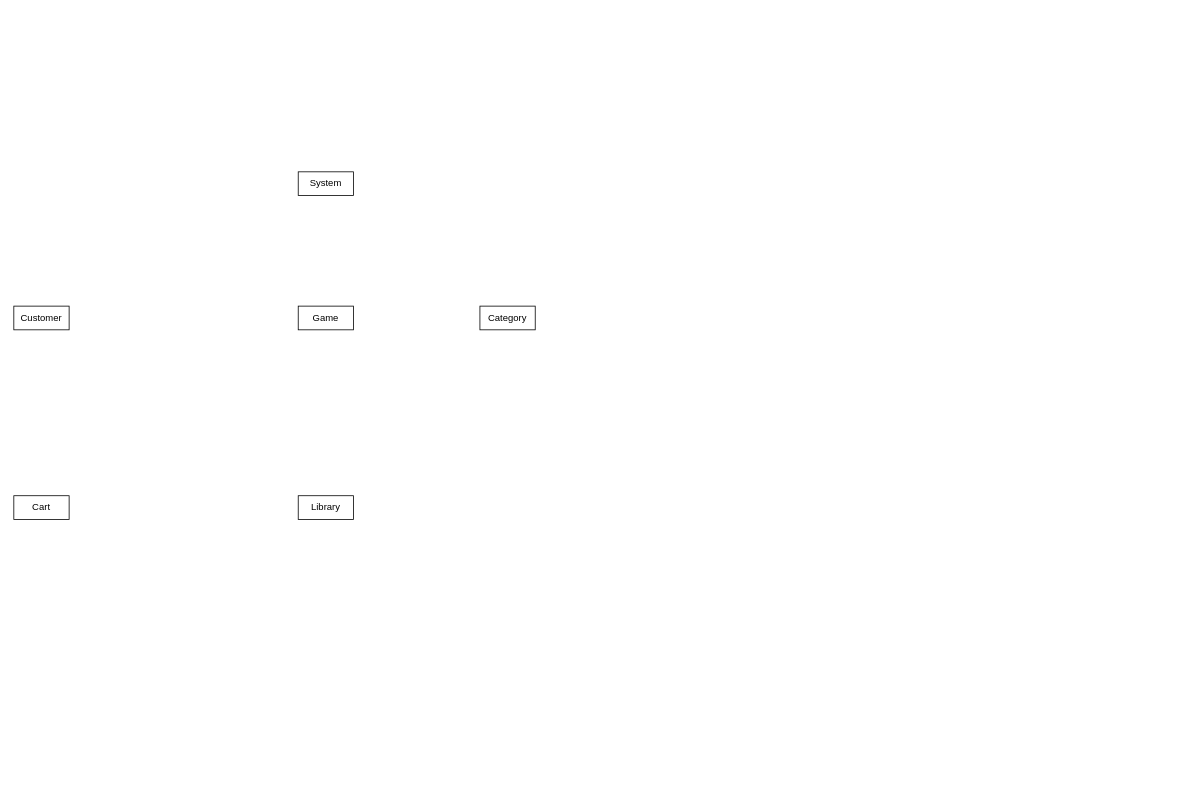
Before: Biểu đồ không có tiêu đề.drawio in NbDev82/game-store-app, a draw.io diagram. Source tidied: cells renumbered, new cells numbered last; positions are measured from the earlier drawing's top-left corner, leaving out a move shared by most shapes. Both pictures are drawn from the tidied source at 79%, with x=0, y=0 at pixel (13, 171).
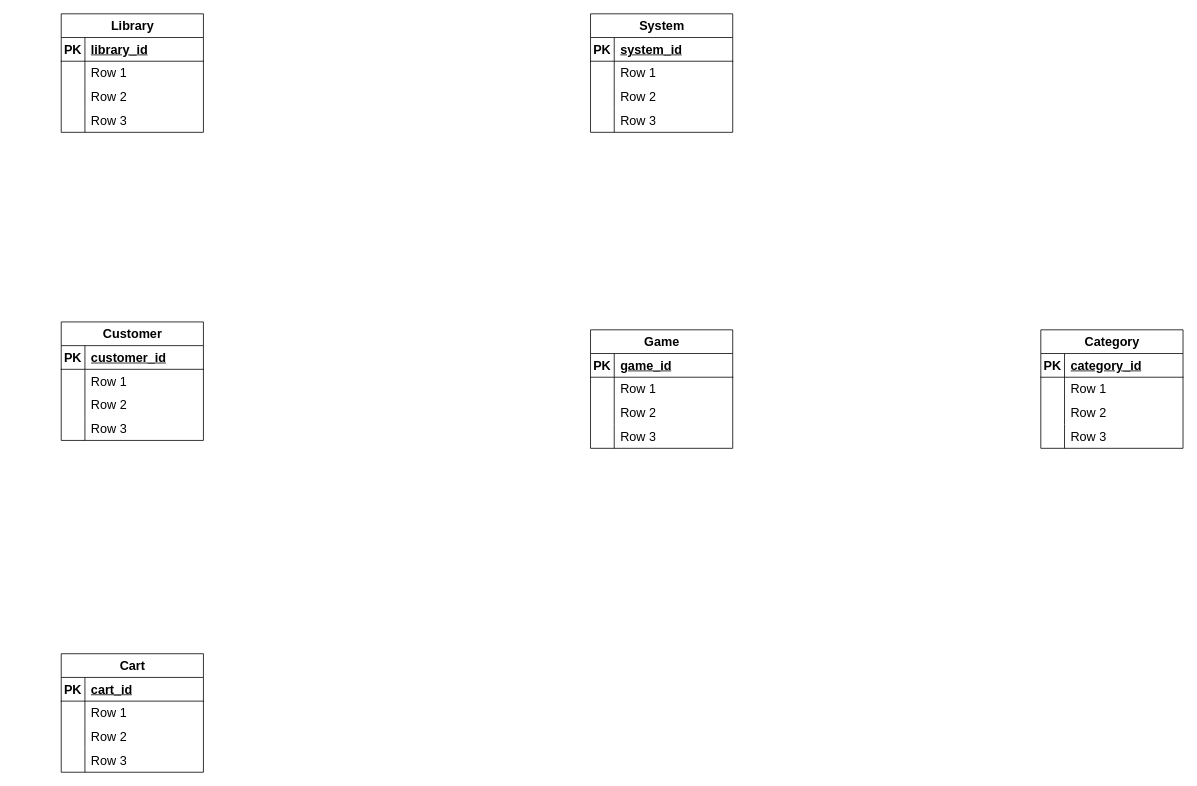
The same diagram, later.

Commit message:
Cập nhật Biểu đồ không có tiêu đề.drawio

The edit, as a diff of the source:
```diff
@@
+    <mxCell id="3" value="Customer" style="shape=table;startSize=30;childLayout=tableLayout;rowLines=0;fontStyle=1;align=center;html=1;fontSize=16;" parent="1" vertex="1">
+      <mxGeometry x="60" y="190" width="180" height="150" as="geometry" />
+    </mxCell>
+    <mxCell id="8" style="shape=tableRow;horizontal=0;startSize=0;swimlaneHead=0;swimlaneBody=0;fillColor=none;top=0;left=0;right=0;bottom=1;fontSize=16;" parent="3" vertex="1">
+      <mxGeometry y="30" width="180" height="30" as="geometry" />
+    </mxCell>
+    <mxCell id="9" value="PK" style="shape=partialRectangle;fillColor=none;top=0;left=0;bottom=0;right=0;fontStyle=1;overflow=hidden;whiteSpace=wrap;html=1;fontSize=16;" parent="8" vertex="1">
+      <mxGeometry width="30" height="30" as="geometry" />
+    </mxCell>
+    <mxCell id="10" value="customer_id" style="shape=partialRectangle;fillColor=none;top=0;left=0;bottom=0;right=0;align=left;spacingLeft=6;fontStyle=5;overflow=hidden;whiteSpace=wrap;html=1;fontSize=16;" parent="8" vertex="1">
+      <mxGeometry x="30" width="150" height="30" as="geometry" />
+    </mxCell>
+    <mxCell id="11" style="shape=tableRow;horizontal=0;startSize=0;swimlaneHead=0;swimlaneBody=0;fillColor=none;top=0;left=0;right=0;bottom=0;fontSize=16;" parent="3" vertex="1">
+      <mxGeometry y="60" width="180" height="30" as="geometry" />
+    </mxCell>
+    <mxCell id="12" style="shape=partialRectangle;fillColor=none;top=0;left=0;bottom=0;right=0;overflow=hidden;whiteSpace=wrap;html=1;fontSize=16;" parent="11" vertex="1">
+      <mxGeometry width="30" height="30" as="geometry" />
+    </mxCell>
+    <mxCell id="13" value="Row 1" style="shape=partialRectangle;fillColor=none;top=0;left=0;bottom=0;right=0;align=left;spacingLeft=6;overflow=hidden;whiteSpace=wrap;html=1;fontSize=16;" parent="11" vertex="1">
+      <mxGeometry x="30" width="150" height="30" as="geometry" />
+    </mxCell>
+    <mxCell id="14" style="shape=tableRow;horizontal=0;startSize=0;swimlaneHead=0;swimlaneBody=0;fillColor=none;top=0;left=0;right=0;bottom=0;fontSize=16;" parent="3" vertex="1">
+      <mxGeometry y="90" width="180" height="30" as="geometry" />
+    </mxCell>
+    <mxCell id="15" style="shape=partialRectangle;fillColor=none;top=0;left=0;bottom=0;right=0;overflow=hidden;whiteSpace=wrap;html=1;fontSize=16;" parent="14" vertex="1">
+      <mxGeometry width="30" height="30" as="geometry" />
+    </mxCell>
+    <mxCell id="16" value="Row 2" style="shape=partialRectangle;fillColor=none;top=0;left=0;bottom=0;right=0;align=left;spacingLeft=6;overflow=hidden;whiteSpace=wrap;html=1;fontSize=16;" parent="14" vertex="1">
+      <mxGeometry x="30" width="150" height="30" as="geometry" />
+    </mxCell>
+    <mxCell id="17" style="shape=tableRow;horizontal=0;startSize=0;swimlaneHead=0;swimlaneBody=0;fillColor=none;top=0;left=0;right=0;bottom=0;fontSize=16;" parent="3" vertex="1">
+      <mxGeometry y="120" width="180" height="30" as="geometry" />
+    </mxCell>
+    <mxCell id="18" style="shape=partialRectangle;fillColor=none;top=0;left=0;bottom=0;right=0;overflow=hidden;whiteSpace=wrap;html=1;fontSize=16;" parent="17" vertex="1">
+      <mxGeometry width="30" height="30" as="geometry" />
+    </mxCell>
+    <mxCell id="19" value="Row 3" style="shape=partialRectangle;fillColor=none;top=0;left=0;bottom=0;right=0;align=left;spacingLeft=6;overflow=hidden;whiteSpace=wrap;html=1;fontSize=16;" parent="17" vertex="1">
+      <mxGeometry x="30" width="150" height="30" as="geometry" />
+    </mxCell>
-    <mxCell id="2" value="Game" style="rounded=0;whiteSpace=wrap;html=1;" parent="1" vertex="1">
-      <mxGeometry x="360" y="170" width="70" height="30" as="geometry" />
+    <mxCell id="2" value="Game" style="shape=table;startSize=30;childLayout=tableLayout;rowLines=0;fontStyle=1;align=center;html=1;fontSize=16;" parent="1" vertex="1">
+      <mxGeometry x="730" y="200" width="180" height="150" as="geometry" />
     </mxCell>
-    <mxCell id="3" value="Customer" style="rounded=0;whiteSpace=wrap;html=1;" parent="1" vertex="1">
-      <mxGeometry y="170" width="70" height="30" as="geometry" />
-    </mxCell>
+    <mxCell id="20" style="shape=tableRow;horizontal=0;startSize=0;swimlaneHead=0;swimlaneBody=0;fillColor=none;top=0;left=0;right=0;bottom=1;fontSize=16;" parent="2" vertex="1">
+      <mxGeometry y="30" width="180" height="30" as="geometry" />
+    </mxCell>
+    <mxCell id="21" value="PK" style="shape=partialRectangle;fillColor=none;top=0;left=0;bottom=0;right=0;fontStyle=1;overflow=hidden;whiteSpace=wrap;html=1;fontSize=16;" parent="20" vertex="1">
+      <mxGeometry width="30" height="30" as="geometry" />
+    </mxCell>
+    <mxCell id="22" value="game_id" style="shape=partialRectangle;fillColor=none;top=0;left=0;bottom=0;right=0;align=left;spacingLeft=6;fontStyle=5;overflow=hidden;whiteSpace=wrap;html=1;fontSize=16;" parent="20" vertex="1">
+      <mxGeometry x="30" width="150" height="30" as="geometry" />
+    </mxCell>
+    <mxCell id="23" style="shape=tableRow;horizontal=0;startSize=0;swimlaneHead=0;swimlaneBody=0;fillColor=none;top=0;left=0;right=0;bottom=0;fontSize=16;" parent="2" vertex="1">
+      <mxGeometry y="60" width="180" height="30" as="geometry" />
+    </mxCell>
+    <mxCell id="24" style="shape=partialRectangle;fillColor=none;top=0;left=0;bottom=0;right=0;overflow=hidden;whiteSpace=wrap;html=1;fontSize=16;" parent="23" vertex="1">
+      <mxGeometry width="30" height="30" as="geometry" />
+    </mxCell>
+    <mxCell id="25" value="Row 1" style="shape=partialRectangle;fillColor=none;top=0;left=0;bottom=0;right=0;align=left;spacingLeft=6;overflow=hidden;whiteSpace=wrap;html=1;fontSize=16;" parent="23" vertex="1">
+      <mxGeometry x="30" width="150" height="30" as="geometry" />
+    </mxCell>
+    <mxCell id="26" style="shape=tableRow;horizontal=0;startSize=0;swimlaneHead=0;swimlaneBody=0;fillColor=none;top=0;left=0;right=0;bottom=0;fontSize=16;" parent="2" vertex="1">
+      <mxGeometry y="90" width="180" height="30" as="geometry" />
+    </mxCell>
+    <mxCell id="27" style="shape=partialRectangle;fillColor=none;top=0;left=0;bottom=0;right=0;overflow=hidden;whiteSpace=wrap;html=1;fontSize=16;" parent="26" vertex="1">
+      <mxGeometry width="30" height="30" as="geometry" />
+    </mxCell>
+    <mxCell id="28" value="Row 2" style="shape=partialRectangle;fillColor=none;top=0;left=0;bottom=0;right=0;align=left;spacingLeft=6;overflow=hidden;whiteSpace=wrap;html=1;fontSize=16;" parent="26" vertex="1">
+      <mxGeometry x="30" width="150" height="30" as="geometry" />
+    </mxCell>
+    <mxCell id="29" style="shape=tableRow;horizontal=0;startSize=0;swimlaneHead=0;swimlaneBody=0;fillColor=none;top=0;left=0;right=0;bottom=0;fontSize=16;" parent="2" vertex="1">
+      <mxGeometry y="120" width="180" height="30" as="geometry" />
+    </mxCell>
+    <mxCell id="30" style="shape=partialRectangle;fillColor=none;top=0;left=0;bottom=0;right=0;overflow=hidden;whiteSpace=wrap;html=1;fontSize=16;" parent="29" vertex="1">
+      <mxGeometry width="30" height="30" as="geometry" />
+    </mxCell>
+    <mxCell id="31" value="Row 3" style="shape=partialRectangle;fillColor=none;top=0;left=0;bottom=0;right=0;align=left;spacingLeft=6;overflow=hidden;whiteSpace=wrap;html=1;fontSize=16;" parent="29" vertex="1">
+      <mxGeometry x="30" width="150" height="30" as="geometry" />
+    </mxCell>
+    <mxCell id="6" value="Library" style="shape=table;startSize=30;childLayout=tableLayout;rowLines=0;fontStyle=1;align=center;html=1;fontSize=16;" parent="1" vertex="1">
+      <mxGeometry x="60" y="-200" width="180" height="150" as="geometry" />
+    </mxCell>
+    <mxCell id="32" style="shape=tableRow;horizontal=0;startSize=0;swimlaneHead=0;swimlaneBody=0;fillColor=none;top=0;left=0;right=0;bottom=1;fontSize=16;" parent="6" vertex="1">
+      <mxGeometry y="30" width="180" height="30" as="geometry" />
+    </mxCell>
+    <mxCell id="33" value="PK" style="shape=partialRectangle;fillColor=none;top=0;left=0;bottom=0;right=0;fontStyle=1;overflow=hidden;whiteSpace=wrap;html=1;fontSize=16;" parent="32" vertex="1">
+      <mxGeometry width="30" height="30" as="geometry" />
+    </mxCell>
+    <mxCell id="34" value="library_id" style="shape=partialRectangle;fillColor=none;top=0;left=0;bottom=0;right=0;align=left;spacingLeft=6;fontStyle=5;overflow=hidden;whiteSpace=wrap;html=1;fontSize=16;" parent="32" vertex="1">
+      <mxGeometry x="30" width="150" height="30" as="geometry" />
+    </mxCell>
+    <mxCell id="35" style="shape=tableRow;horizontal=0;startSize=0;swimlaneHead=0;swimlaneBody=0;fillColor=none;top=0;left=0;right=0;bottom=0;fontSize=16;" parent="6" vertex="1">
+      <mxGeometry y="60" width="180" height="30" as="geometry" />
+    </mxCell>
+    <mxCell id="36" style="shape=partialRectangle;fillColor=none;top=0;left=0;bottom=0;right=0;overflow=hidden;whiteSpace=wrap;html=1;fontSize=16;" parent="35" vertex="1">
+      <mxGeometry width="30" height="30" as="geometry" />
+    </mxCell>
+    <mxCell id="37" value="Row 1" style="shape=partialRectangle;fillColor=none;top=0;left=0;bottom=0;right=0;align=left;spacingLeft=6;overflow=hidden;whiteSpace=wrap;html=1;fontSize=16;" parent="35" vertex="1">
+      <mxGeometry x="30" width="150" height="30" as="geometry" />
+    </mxCell>
+    <mxCell id="38" style="shape=tableRow;horizontal=0;startSize=0;swimlaneHead=0;swimlaneBody=0;fillColor=none;top=0;left=0;right=0;bottom=0;fontSize=16;" parent="6" vertex="1">
+      <mxGeometry y="90" width="180" height="30" as="geometry" />
+    </mxCell>
+    <mxCell id="39" style="shape=partialRectangle;fillColor=none;top=0;left=0;bottom=0;right=0;overflow=hidden;whiteSpace=wrap;html=1;fontSize=16;" parent="38" vertex="1">
+      <mxGeometry width="30" height="30" as="geometry" />
+    </mxCell>
+    <mxCell id="40" value="Row 2" style="shape=partialRectangle;fillColor=none;top=0;left=0;bottom=0;right=0;align=left;spacingLeft=6;overflow=hidden;whiteSpace=wrap;html=1;fontSize=16;" parent="38" vertex="1">
+      <mxGeometry x="30" width="150" height="30" as="geometry" />
+    </mxCell>
+    <mxCell id="41" style="shape=tableRow;horizontal=0;startSize=0;swimlaneHead=0;swimlaneBody=0;fillColor=none;top=0;left=0;right=0;bottom=0;fontSize=16;" parent="6" vertex="1">
+      <mxGeometry y="120" width="180" height="30" as="geometry" />
+    </mxCell>
+    <mxCell id="42" style="shape=partialRectangle;fillColor=none;top=0;left=0;bottom=0;right=0;overflow=hidden;whiteSpace=wrap;html=1;fontSize=16;" parent="41" vertex="1">
+      <mxGeometry width="30" height="30" as="geometry" />
+    </mxCell>
+    <mxCell id="43" value="Row 3" style="shape=partialRectangle;fillColor=none;top=0;left=0;bottom=0;right=0;align=left;spacingLeft=6;overflow=hidden;whiteSpace=wrap;html=1;fontSize=16;" parent="41" vertex="1">
+      <mxGeometry x="30" width="150" height="30" as="geometry" />
+    </mxCell>
+    <mxCell id="5" value="System" style="shape=table;startSize=30;childLayout=tableLayout;rowLines=0;fontStyle=1;align=center;html=1;fontSize=16;" parent="1" vertex="1">
+      <mxGeometry x="730" y="-200" width="180" height="150" as="geometry" />
+    </mxCell>
+    <mxCell id="44" style="shape=tableRow;horizontal=0;startSize=0;swimlaneHead=0;swimlaneBody=0;fillColor=none;top=0;left=0;right=0;bottom=1;fontSize=16;" parent="5" vertex="1">
+      <mxGeometry y="30" width="180" height="30" as="geometry" />
+    </mxCell>
+    <mxCell id="45" value="PK" style="shape=partialRectangle;fillColor=none;top=0;left=0;bottom=0;right=0;fontStyle=1;overflow=hidden;whiteSpace=wrap;html=1;fontSize=16;" parent="44" vertex="1">
+      <mxGeometry width="30" height="30" as="geometry" />
+    </mxCell>
+    <mxCell id="46" value="system_id" style="shape=partialRectangle;fillColor=none;top=0;left=0;bottom=0;right=0;align=left;spacingLeft=6;fontStyle=5;overflow=hidden;whiteSpace=wrap;html=1;fontSize=16;" parent="44" vertex="1">
+      <mxGeometry x="30" width="150" height="30" as="geometry" />
+    </mxCell>
+    <mxCell id="47" style="shape=tableRow;horizontal=0;startSize=0;swimlaneHead=0;swimlaneBody=0;fillColor=none;top=0;left=0;right=0;bottom=0;fontSize=16;" parent="5" vertex="1">
+      <mxGeometry y="60" width="180" height="30" as="geometry" />
+    </mxCell>
+    <mxCell id="48" style="shape=partialRectangle;fillColor=none;top=0;left=0;bottom=0;right=0;overflow=hidden;whiteSpace=wrap;html=1;fontSize=16;" parent="47" vertex="1">
+      <mxGeometry width="30" height="30" as="geometry" />
+    </mxCell>
+    <mxCell id="49" value="Row 1" style="shape=partialRectangle;fillColor=none;top=0;left=0;bottom=0;right=0;align=left;spacingLeft=6;overflow=hidden;whiteSpace=wrap;html=1;fontSize=16;" parent="47" vertex="1">
+      <mxGeometry x="30" width="150" height="30" as="geometry" />
+    </mxCell>
+    <mxCell id="50" style="shape=tableRow;horizontal=0;startSize=0;swimlaneHead=0;swimlaneBody=0;fillColor=none;top=0;left=0;right=0;bottom=0;fontSize=16;" parent="5" vertex="1">
+      <mxGeometry y="90" width="180" height="30" as="geometry" />
+    </mxCell>
+    <mxCell id="51" style="shape=partialRectangle;fillColor=none;top=0;left=0;bottom=0;right=0;overflow=hidden;whiteSpace=wrap;html=1;fontSize=16;" parent="50" vertex="1">
+      <mxGeometry width="30" height="30" as="geometry" />
+    </mxCell>
+    <mxCell id="52" value="Row 2" style="shape=partialRectangle;fillColor=none;top=0;left=0;bottom=0;right=0;align=left;spacingLeft=6;overflow=hidden;whiteSpace=wrap;html=1;fontSize=16;" parent="50" vertex="1">
+      <mxGeometry x="30" width="150" height="30" as="geometry" />
+    </mxCell>
+    <mxCell id="53" style="shape=tableRow;horizontal=0;startSize=0;swimlaneHead=0;swimlaneBody=0;fillColor=none;top=0;left=0;right=0;bottom=0;fontSize=16;" parent="5" vertex="1">
+      <mxGeometry y="120" width="180" height="30" as="geometry" />
+    </mxCell>
+    <mxCell id="54" style="shape=partialRectangle;fillColor=none;top=0;left=0;bottom=0;right=0;overflow=hidden;whiteSpace=wrap;html=1;fontSize=16;" parent="53" vertex="1">
+      <mxGeometry width="30" height="30" as="geometry" />
+    </mxCell>
+    <mxCell id="55" value="Row 3" style="shape=partialRectangle;fillColor=none;top=0;left=0;bottom=0;right=0;align=left;spacingLeft=6;overflow=hidden;whiteSpace=wrap;html=1;fontSize=16;" parent="53" vertex="1">
+      <mxGeometry x="30" width="150" height="30" as="geometry" />
+    </mxCell>
+    <mxCell id="7" value="Category" style="shape=table;startSize=30;childLayout=tableLayout;rowLines=0;fontStyle=1;align=center;html=1;fontSize=16;" parent="1" vertex="1">
+      <mxGeometry x="1300" y="200" width="180" height="150" as="geometry" />
+    </mxCell>
+    <mxCell id="56" style="shape=tableRow;horizontal=0;startSize=0;swimlaneHead=0;swimlaneBody=0;fillColor=none;top=0;left=0;right=0;bottom=1;fontSize=16;" parent="7" vertex="1">
+      <mxGeometry y="30" width="180" height="30" as="geometry" />
+    </mxCell>
+    <mxCell id="57" value="PK" style="shape=partialRectangle;fillColor=none;top=0;left=0;bottom=0;right=0;fontStyle=1;overflow=hidden;whiteSpace=wrap;html=1;fontSize=16;" parent="56" vertex="1">
+      <mxGeometry width="30" height="30" as="geometry" />
+    </mxCell>
+    <mxCell id="58" value="category_id" style="shape=partialRectangle;fillColor=none;top=0;left=0;bottom=0;right=0;align=left;spacingLeft=6;fontStyle=5;overflow=hidden;whiteSpace=wrap;html=1;fontSize=16;" parent="56" vertex="1">
+      <mxGeometry x="30" width="150" height="30" as="geometry" />
+    </mxCell>
+    <mxCell id="59" style="shape=tableRow;horizontal=0;startSize=0;swimlaneHead=0;swimlaneBody=0;fillColor=none;top=0;left=0;right=0;bottom=0;fontSize=16;" parent="7" vertex="1">
+      <mxGeometry y="60" width="180" height="30" as="geometry" />
+    </mxCell>
+    <mxCell id="60" style="shape=partialRectangle;fillColor=none;top=0;left=0;bottom=0;right=0;overflow=hidden;whiteSpace=wrap;html=1;fontSize=16;" parent="59" vertex="1">
+      <mxGeometry width="30" height="30" as="geometry" />
+    </mxCell>
+    <mxCell id="61" value="Row 1" style="shape=partialRectangle;fillColor=none;top=0;left=0;bottom=0;right=0;align=left;spacingLeft=6;overflow=hidden;whiteSpace=wrap;html=1;fontSize=16;" parent="59" vertex="1">
+      <mxGeometry x="30" width="150" height="30" as="geometry" />
+    </mxCell>
+    <mxCell id="62" style="shape=tableRow;horizontal=0;startSize=0;swimlaneHead=0;swimlaneBody=0;fillColor=none;top=0;left=0;right=0;bottom=0;fontSize=16;" parent="7" vertex="1">
+      <mxGeometry y="90" width="180" height="30" as="geometry" />
+    </mxCell>
+    <mxCell id="63" style="shape=partialRectangle;fillColor=none;top=0;left=0;bottom=0;right=0;overflow=hidden;whiteSpace=wrap;html=1;fontSize=16;" parent="62" vertex="1">
+      <mxGeometry width="30" height="30" as="geometry" />
+    </mxCell>
+    <mxCell id="64" value="Row 2" style="shape=partialRectangle;fillColor=none;top=0;left=0;bottom=0;right=0;align=left;spacingLeft=6;overflow=hidden;whiteSpace=wrap;html=1;fontSize=16;" parent="62" vertex="1">
+      <mxGeometry x="30" width="150" height="30" as="geometry" />
+    </mxCell>
+    <mxCell id="65" style="shape=tableRow;horizontal=0;startSize=0;swimlaneHead=0;swimlaneBody=0;fillColor=none;top=0;left=0;right=0;bottom=0;fontSize=16;" parent="7" vertex="1">
+      <mxGeometry y="120" width="180" height="30" as="geometry" />
+    </mxCell>
+    <mxCell id="66" style="shape=partialRectangle;fillColor=none;top=0;left=0;bottom=0;right=0;overflow=hidden;whiteSpace=wrap;html=1;fontSize=16;" parent="65" vertex="1">
+      <mxGeometry width="30" height="30" as="geometry" />
+    </mxCell>
+    <mxCell id="67" value="Row 3" style="shape=partialRectangle;fillColor=none;top=0;left=0;bottom=0;right=0;align=left;spacingLeft=6;overflow=hidden;whiteSpace=wrap;html=1;fontSize=16;" parent="65" vertex="1">
+      <mxGeometry x="30" width="150" height="30" as="geometry" />
+    </mxCell>
-    <mxCell id="4" value="Cart" style="rounded=0;whiteSpace=wrap;html=1;" parent="1" vertex="1">
-      <mxGeometry y="410" width="70" height="30" as="geometry" />
+    <mxCell id="4" value="Cart" style="shape=table;startSize=30;childLayout=tableLayout;rowLines=0;fontStyle=1;align=center;html=1;fontSize=16;" parent="1" vertex="1">
+      <mxGeometry x="60" y="610" width="180" height="150" as="geometry" />
     </mxCell>
-    <mxCell id="5" value="System" style="rounded=0;whiteSpace=wrap;html=1;" parent="1" vertex="1">
-      <mxGeometry x="360" width="70" height="30" as="geometry" />
-    </mxCell>
-    <mxCell id="6" value="Library" style="rounded=0;whiteSpace=wrap;html=1;" parent="1" vertex="1">
-      <mxGeometry x="360" y="410" width="70" height="30" as="geometry" />
-    </mxCell>
-    <mxCell id="7" value="Category" style="rounded=0;whiteSpace=wrap;html=1;" parent="1" vertex="1">
-      <mxGeometry x="590" y="170" width="70" height="30" as="geometry" />
-    </mxCell>
+    <mxCell id="68" style="shape=tableRow;horizontal=0;startSize=0;swimlaneHead=0;swimlaneBody=0;fillColor=none;top=0;left=0;right=0;bottom=1;fontSize=16;" parent="4" vertex="1">
+      <mxGeometry y="30" width="180" height="30" as="geometry" />
+    </mxCell>
+    <mxCell id="69" value="PK" style="shape=partialRectangle;fillColor=none;top=0;left=0;bottom=0;right=0;fontStyle=1;overflow=hidden;whiteSpace=wrap;html=1;fontSize=16;" parent="68" vertex="1">
+      <mxGeometry width="30" height="30" as="geometry" />
+    </mxCell>
+    <mxCell id="70" value="cart_id" style="shape=partialRectangle;fillColor=none;top=0;left=0;bottom=0;right=0;align=left;spacingLeft=6;fontStyle=5;overflow=hidden;whiteSpace=wrap;html=1;fontSize=16;" parent="68" vertex="1">
+      <mxGeometry x="30" width="150" height="30" as="geometry" />
+    </mxCell>
+    <mxCell id="71" style="shape=tableRow;horizontal=0;startSize=0;swimlaneHead=0;swimlaneBody=0;fillColor=none;top=0;left=0;right=0;bottom=0;fontSize=16;" parent="4" vertex="1">
+      <mxGeometry y="60" width="180" height="30" as="geometry" />
+    </mxCell>
+    <mxCell id="72" style="shape=partialRectangle;fillColor=none;top=0;left=0;bottom=0;right=0;overflow=hidden;whiteSpace=wrap;html=1;fontSize=16;" parent="71" vertex="1">
+      <mxGeometry width="30" height="30" as="geometry" />
+    </mxCell>
+    <mxCell id="73" value="Row 1" style="shape=partialRectangle;fillColor=none;top=0;left=0;bottom=0;right=0;align=left;spacingLeft=6;overflow=hidden;whiteSpace=wrap;html=1;fontSize=16;" parent="71" vertex="1">
+      <mxGeometry x="30" width="150" height="30" as="geometry" />
+    </mxCell>
+    <mxCell id="74" style="shape=tableRow;horizontal=0;startSize=0;swimlaneHead=0;swimlaneBody=0;fillColor=none;top=0;left=0;right=0;bottom=0;fontSize=16;" parent="4" vertex="1">
+      <mxGeometry y="90" width="180" height="30" as="geometry" />
+    </mxCell>
+    <mxCell id="75" style="shape=partialRectangle;fillColor=none;top=0;left=0;bottom=0;right=0;overflow=hidden;whiteSpace=wrap;html=1;fontSize=16;" parent="74" vertex="1">
+      <mxGeometry width="30" height="30" as="geometry" />
+    </mxCell>
+    <mxCell id="76" value="Row 2" style="shape=partialRectangle;fillColor=none;top=0;left=0;bottom=0;right=0;align=left;spacingLeft=6;overflow=hidden;whiteSpace=wrap;html=1;fontSize=16;" parent="74" vertex="1">
+      <mxGeometry x="30" width="150" height="30" as="geometry" />
+    </mxCell>
+    <mxCell id="77" style="shape=tableRow;horizontal=0;startSize=0;swimlaneHead=0;swimlaneBody=0;fillColor=none;top=0;left=0;right=0;bottom=0;fontSize=16;" parent="4" vertex="1">
+      <mxGeometry y="120" width="180" height="30" as="geometry" />
+    </mxCell>
+    <mxCell id="78" style="shape=partialRectangle;fillColor=none;top=0;left=0;bottom=0;right=0;overflow=hidden;whiteSpace=wrap;html=1;fontSize=16;" parent="77" vertex="1">
+      <mxGeometry width="30" height="30" as="geometry" />
+    </mxCell>
+    <mxCell id="79" value="Row 3" style="shape=partialRectangle;fillColor=none;top=0;left=0;bottom=0;right=0;align=left;spacingLeft=6;overflow=hidden;whiteSpace=wrap;html=1;fontSize=16;" parent="77" vertex="1">
+      <mxGeometry x="30" width="150" height="30" as="geometry" />
+    </mxCell>
```
